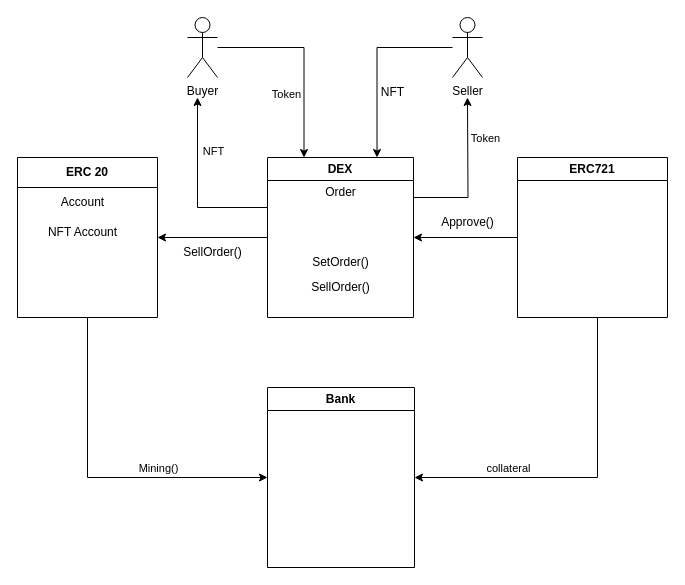
Earlier version of the draw.io diagram NFT.drawio (Adamlixi/adamblog.github.io). Source tidied: cells renumbered, new cells numbered last; positions are measured from the earlier drawing's top-left corner, leaving out a move shared by most shapes. Both pictures are drawn from the tidied source at 100%, with x=0, y=0 at pixel (17, 17).
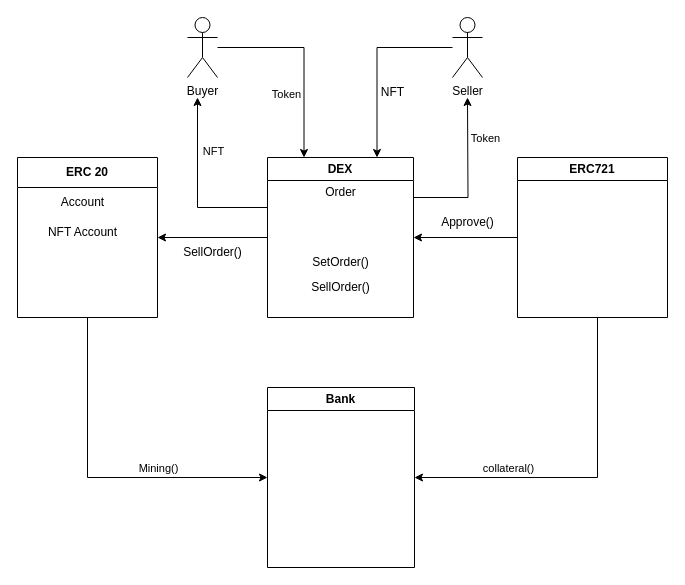
Above is the later version.

The change refers to these unchanged cells:
```xml
<mxCell id="17" style="edgeStyle=orthogonalEdgeStyle;rounded=0;jettySize=auto;html=1;entryX=1;entryY=0.5;entryDx=0;entryDy=0;" parent="1" edge="1" source="19" target="28">
  <mxGeometry relative="1" as="geometry">
    <Array as="points">
      <mxPoint x="580" y="460" />
    </Array>
  </mxGeometry>
</mxCell>
```

The edit, as a diff of the source:
```diff
@@
-    <mxCell id="18" value="collateral" style="edgeLabel;html=1;align=center;verticalAlign=middle;" parent="17" vertex="1">
+    <mxCell id="18" value="collateral()" style="edgeLabel;html=1;align=center;verticalAlign=middle;" parent="17" vertex="1">
       <mxGeometry x="0.47" y="-4" relative="1" as="geometry">
         <mxPoint x="2" y="-6" as="offset" />
       </mxGeometry>
     </mxCell>
```
